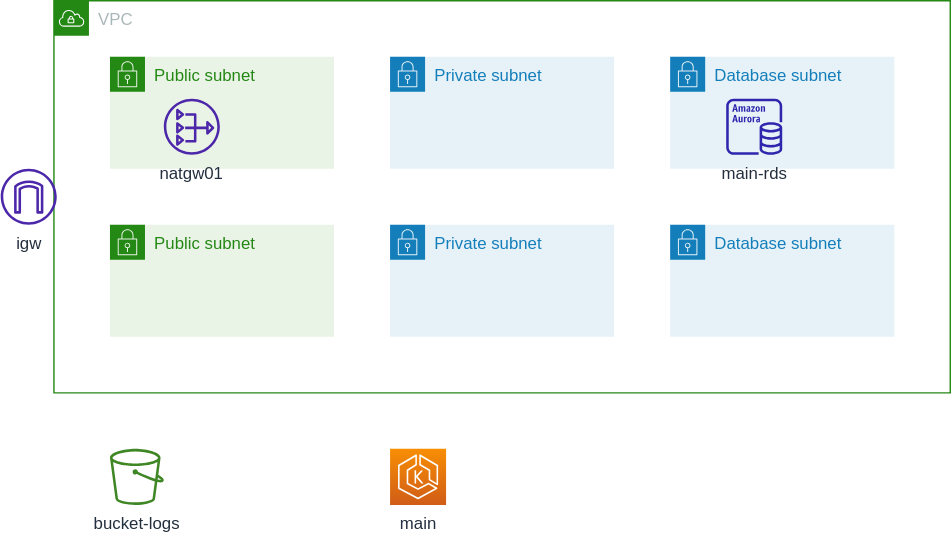
Dmority/terraform-aws keeps this draw.io diagram as env/dev/overview.drawio.svg. Above is the earlier version. Source tidied: cells renumbered, new cells last; positions are measured from the earlier drawing's top-left corner, leaving out a move shared by most shapes.
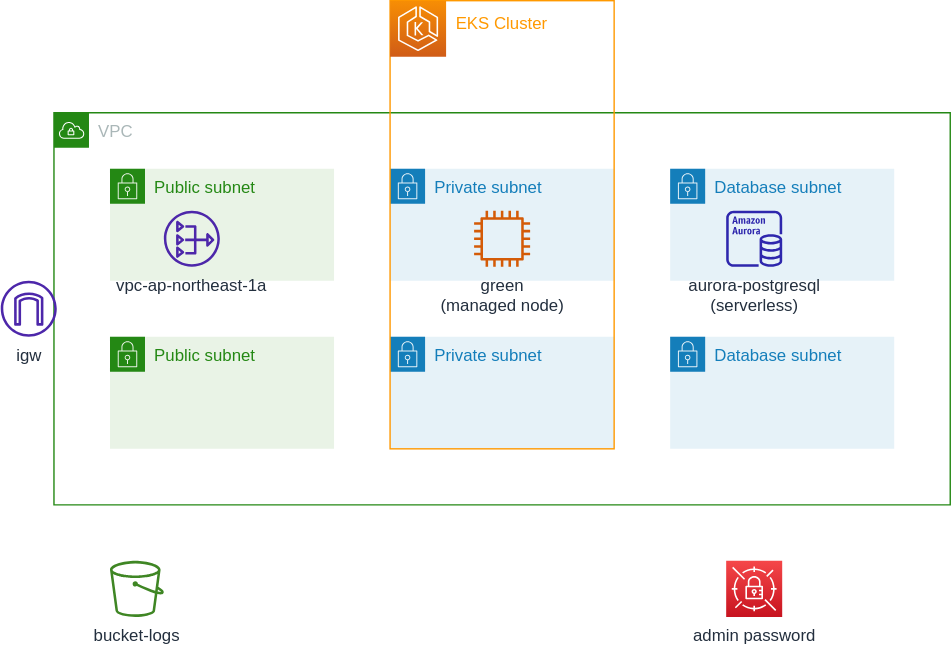
Later version of the same file.

Diff of the diagram source:
```diff
@@ -24,20 +24,29 @@
       <mxGeometry x="440" y="160" width="160" height="80" as="geometry" />
     </mxCell>
     <mxCell id="9" value="リソース" parent="0" />
+    <mxCell id="15" value="EKS Cluster" style="gradientColor=none;html=1;whiteSpace=wrap;fontSize=12;fontStyle=0;strokeColor=#FF9900;fillColor=none;verticalAlign=top;align=center;fontColor=#FF9900;dashed=0;spacingTop=3;" parent="9" vertex="1">
+      <mxGeometry x="278" y="-80" width="160" height="320" as="geometry" />
+    </mxCell>
     <mxCell id="10" value="bucket-logs" style="sketch=0;fontColor=#232F3E;gradientColor=none;fillColor=#3F8624;strokeColor=none;dashed=0;verticalLabelPosition=bottom;verticalAlign=top;align=center;html=1;fontSize=12;fontStyle=0;shape=mxgraph.aws4.bucket;" parent="9" vertex="1">
       <mxGeometry x="78" y="320" width="38.5" height="40" as="geometry" />
     </mxCell>
-    <mxCell id="11" value="main-rds" style="sketch=0;fontColor=#232F3E;gradientColor=none;fillColor=#2E27AD;strokeColor=none;dashed=0;verticalLabelPosition=bottom;verticalAlign=top;align=center;html=1;fontSize=12;fontStyle=0;shape=mxgraph.aws4.aurora_instance;" parent="9" vertex="1">
+    <mxCell id="11" value="aurora-postgresql&lt;br&gt;(serverless)" style="sketch=0;fontColor=#232F3E;gradientColor=none;fillColor=#2E27AD;strokeColor=none;dashed=0;verticalLabelPosition=bottom;verticalAlign=top;align=center;html=1;fontSize=12;fontStyle=0;shape=mxgraph.aws4.aurora_instance;" parent="9" vertex="1">
       <mxGeometry x="518" y="70" width="40" height="40" as="geometry" />
     </mxCell>
-    <mxCell id="12" value="main" style="sketch=0;fontColor=#232F3E;gradientColor=#F78E04;gradientDirection=north;fillColor=#D05C17;strokeColor=#ffffff;dashed=0;verticalLabelPosition=bottom;verticalAlign=top;align=center;html=1;fontSize=12;fontStyle=0;shape=mxgraph.aws4.resourceIcon;resIcon=mxgraph.aws4.eks;" parent="9" vertex="1">
-      <mxGeometry x="278" y="320" width="40" height="40" as="geometry" />
+    <mxCell id="12" style="sketch=0;fontColor=#232F3E;gradientColor=#F78E04;gradientDirection=north;fillColor=#D05C17;strokeColor=#ffffff;dashed=0;verticalLabelPosition=bottom;verticalAlign=top;align=center;html=1;fontSize=12;fontStyle=0;shape=mxgraph.aws4.resourceIcon;resIcon=mxgraph.aws4.eks;" parent="9" vertex="1">
+      <mxGeometry x="278" y="-80" width="40" height="40" as="geometry" />
     </mxCell>
-    <mxCell id="13" value="natgw01" style="sketch=0;fontColor=#232F3E;gradientColor=none;fillColor=#4D27AA;strokeColor=none;dashed=0;verticalLabelPosition=bottom;verticalAlign=top;align=center;html=1;fontSize=12;fontStyle=0;shape=mxgraph.aws4.nat_gateway;" parent="9" vertex="1">
+    <mxCell id="13" value="vpc-ap-northeast-1a" style="sketch=0;fontColor=#232F3E;gradientColor=none;fillColor=#4D27AA;strokeColor=none;dashed=0;verticalLabelPosition=bottom;verticalAlign=top;align=center;html=1;fontSize=12;fontStyle=0;shape=mxgraph.aws4.nat_gateway;" parent="9" vertex="1">
       <mxGeometry x="116.5" y="70" width="40" height="40" as="geometry" />
     </mxCell>
     <mxCell id="14" value="igw" style="sketch=0;fontColor=#232F3E;gradientColor=none;fillColor=#4D27AA;strokeColor=none;dashed=0;verticalLabelPosition=bottom;verticalAlign=top;align=center;html=1;fontSize=12;fontStyle=0;shape=mxgraph.aws4.internet_gateway;" parent="9" vertex="1">
       <mxGeometry y="120" width="40" height="40" as="geometry" />
     </mxCell>
+    <mxCell id="16" value="green&lt;br&gt;(managed node)" style="sketch=0;fontColor=#232F3E;gradientColor=none;fillColor=#D45B07;strokeColor=none;dashed=0;verticalLabelPosition=bottom;verticalAlign=top;align=center;html=1;fontSize=12;fontStyle=0;shape=mxgraph.aws4.instance2;" parent="9" vertex="1">
+      <mxGeometry x="338" y="70" width="40" height="40" as="geometry" />
+    </mxCell>
+    <mxCell id="17" value="admin password" style="sketch=0;fontColor=#232F3E;gradientColor=#F54749;gradientDirection=north;fillColor=#C7131F;strokeColor=#ffffff;dashed=0;verticalLabelPosition=bottom;verticalAlign=top;align=center;html=1;fontSize=12;fontStyle=0;shape=mxgraph.aws4.resourceIcon;resIcon=mxgraph.aws4.secrets_manager;" parent="9" vertex="1">
+      <mxGeometry x="518" y="320" width="40" height="40" as="geometry" />
+    </mxCell>
   </root>
 </mxGraphModel>
```
